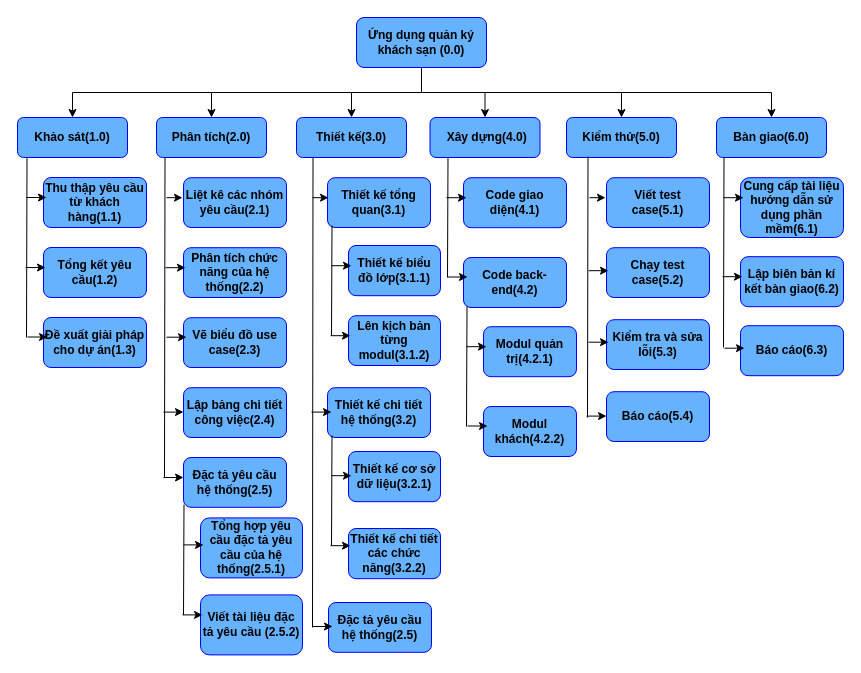
Above: Untitled Diagram.drawio in chinh000529/bai3 (draw.io), before the change. Source tidied: cells renumbered, new cells numbered last; positions are measured from the earlier drawing's top-left corner, leaving out a move shared by most shapes. Both pictures are drawn from the tidied source at 100%, with x=0, y=0 at pixel (17, 17).
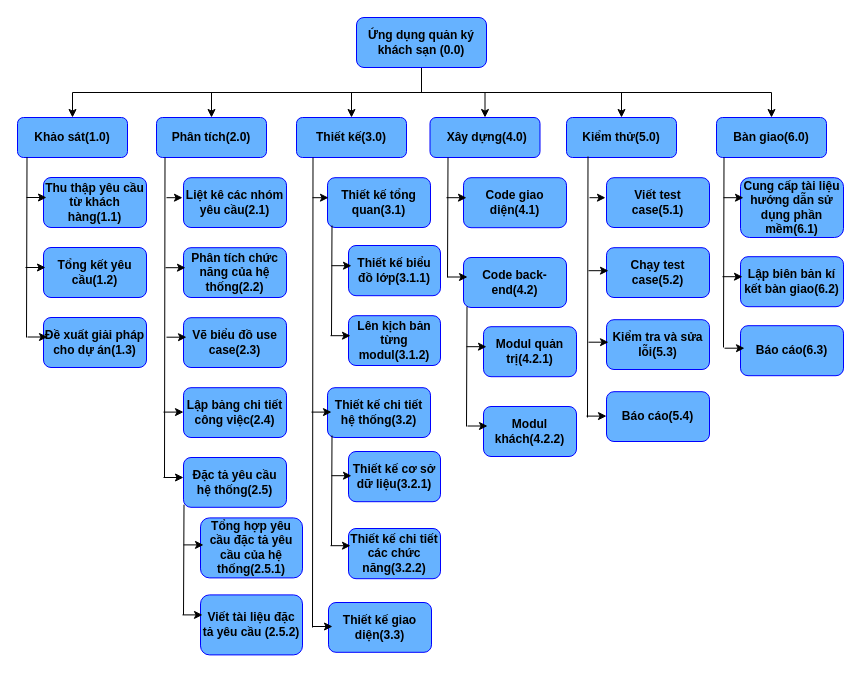
The same diagram, later.

Diff of the diagram source:
```diff
@@
-    <mxCell id="42" value="Đặc tả yêu cầu hệ thống(2.5)" style="rounded=1;whiteSpace=wrap;html=1;fillColor=#66B2FF;strokeColor=#0000FF;fontStyle=1;strokeWidth=1;" parent="1" vertex="1">
+    <mxCell id="42" value="Thiết kế giao diện(3.3)" style="rounded=1;whiteSpace=wrap;html=1;fillColor=#66B2FF;strokeColor=#0000FF;fontStyle=1;strokeWidth=1;" parent="1" vertex="1">
       <mxGeometry x="311" y="585" width="103" height="49.8" as="geometry" />
     </mxCell>
```
